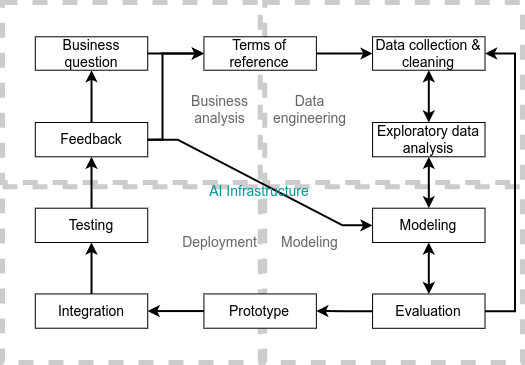
ryndovaira-org/data_science_lectures keeps this draw.io diagram as diagrams/ai_project_development_life_cycle.drawio.png. Above is the earlier version. Source tidied: cells renumbered, new cells last; positions are measured from the earlier drawing's top-left corner, leaving out a move shared by most shapes.
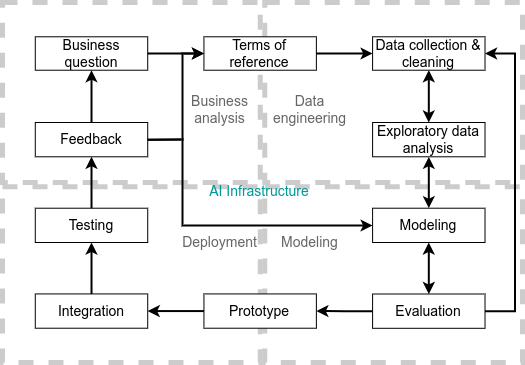
Later version of the same file.

The edit, as a diff of the source:
```diff
@@ -35,8 +35,8 @@
     <mxCell id="12" style="rounded=0;jettySize=auto;html=1;fontFamily=Helvetica;fontSize=14;fontColor=default;strokeWidth=2;edgeStyle=orthogonalEdgeStyle;entryX=0;entryY=0.5;entryDx=0;entryDy=0;exitX=1;exitY=0.5;exitDx=0;exitDy=0;" parent="2" edge="1" source="8" target="10">
       <mxGeometry relative="1" as="geometry">
         <Array as="points">
-          <mxPoint x="160" y="137" />
-          <mxPoint x="160" y="51" />
+          <mxPoint x="180" y="137" />
+          <mxPoint x="180" y="51" />
         </Array>
       </mxGeometry>
     </mxCell>
@@ -97,8 +97,13 @@
     <mxCell id="31" style="edgeStyle=orthogonalEdgeStyle;rounded=0;jettySize=auto;html=1;strokeWidth=2;fontSize=14;" parent="2" edge="1" source="23" target="8">
       <mxGeometry relative="1" as="geometry" />
     </mxCell>
-    <mxCell id="32" style="rounded=0;jettySize=auto;html=1;fontFamily=Helvetica;fontSize=14;fontColor=default;exitX=1;exitY=0.5;exitDx=0;exitDy=0;edgeStyle=entityRelationEdgeStyle;elbow=vertical;strokeWidth=2;" parent="2" edge="1" source="8" target="19">
-      <mxGeometry relative="1" as="geometry" />
+    <mxCell id="32" style="rounded=0;jettySize=auto;html=1;fontFamily=Helvetica;fontSize=14;fontColor=default;exitX=1;exitY=0.5;exitDx=0;exitDy=0;edgeStyle=orthogonalEdgeStyle;elbow=vertical;strokeWidth=2;" parent="2" edge="1" source="8" target="19">
+      <mxGeometry relative="1" as="geometry">
+        <Array as="points">
+          <mxPoint x="180" y="137" />
+          <mxPoint x="180" y="223" />
+        </Array>
+      </mxGeometry>
     </mxCell>
     <mxCell id="33" value="&lt;font color=&quot;#009999&quot; style=&quot;font-size: 14px;&quot;&gt;AI Infrastructure&lt;/font&gt;" style="text;html=1;strokeColor=none;fillColor=none;align=center;verticalAlign=middle;whiteSpace=wrap;rounded=0;fontSize=14;fontFamily=Helvetica;fontColor=default;" parent="2" vertex="1">
       <mxGeometry x="201.4" y="154.3" width="112.4" height="68.6" as="geometry" />
```
